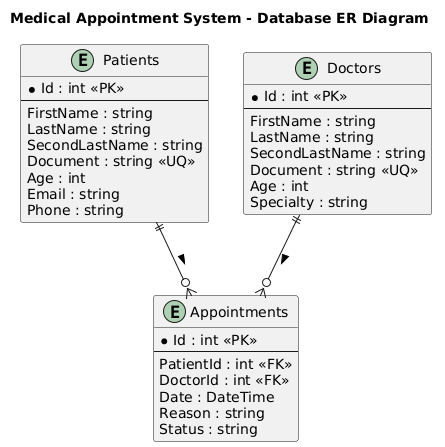
Earlier version of the PlantUML export RutaAvanzada/Prueba_De_Desempeño/PruebaRutaAvanzada/PruebaRutaAvanzada/Docs/UML_Diagrams/DatabaseERDiagram.png (Moren0k/Riwi_Coder_workouts).
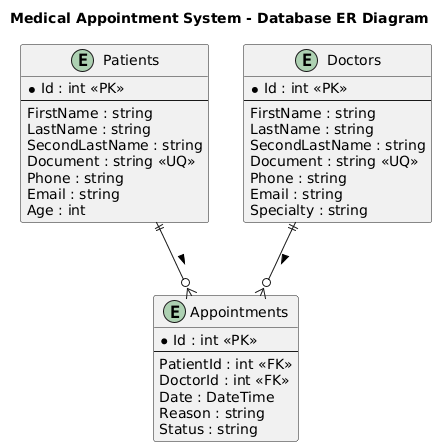
The same diagram one commit later.

Diff of the diagram source:
```diff
@@ -8,9 +8,9 @@
   LastName : string
   SecondLastName : string
   Document : string <<UQ>>
-  Age : int
+  Phone : string
   Email : string
-  Phone : string
+	Age : int
 }
 
 entity "Doctors" {
@@ -20,7 +20,8 @@
   LastName : string
   SecondLastName : string
   Document : string <<UQ>>
-  Age : int
+  Phone : string
+  Email : string
   Specialty : string
 }
 
```
